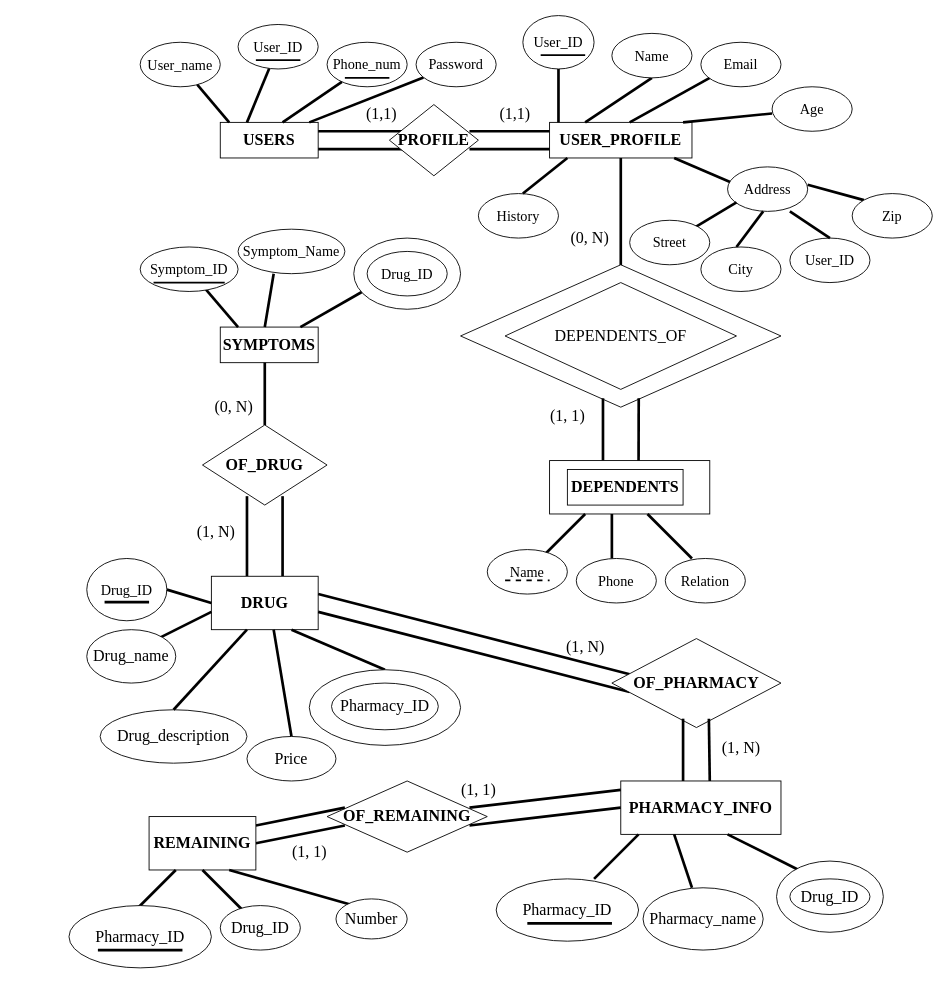
Before: Untitled Diagram.drawio in Dormiveglia-elf/CSC261-Database, a draw.io diagram. Source tidied: cells renumbered, new cells numbered last; positions are measured from the earlier drawing's top-left corner, leaving out a move shared by most shapes. Both pictures are drawn from the tidied source at 89%, with x=0, y=0 at pixel (69, 15).
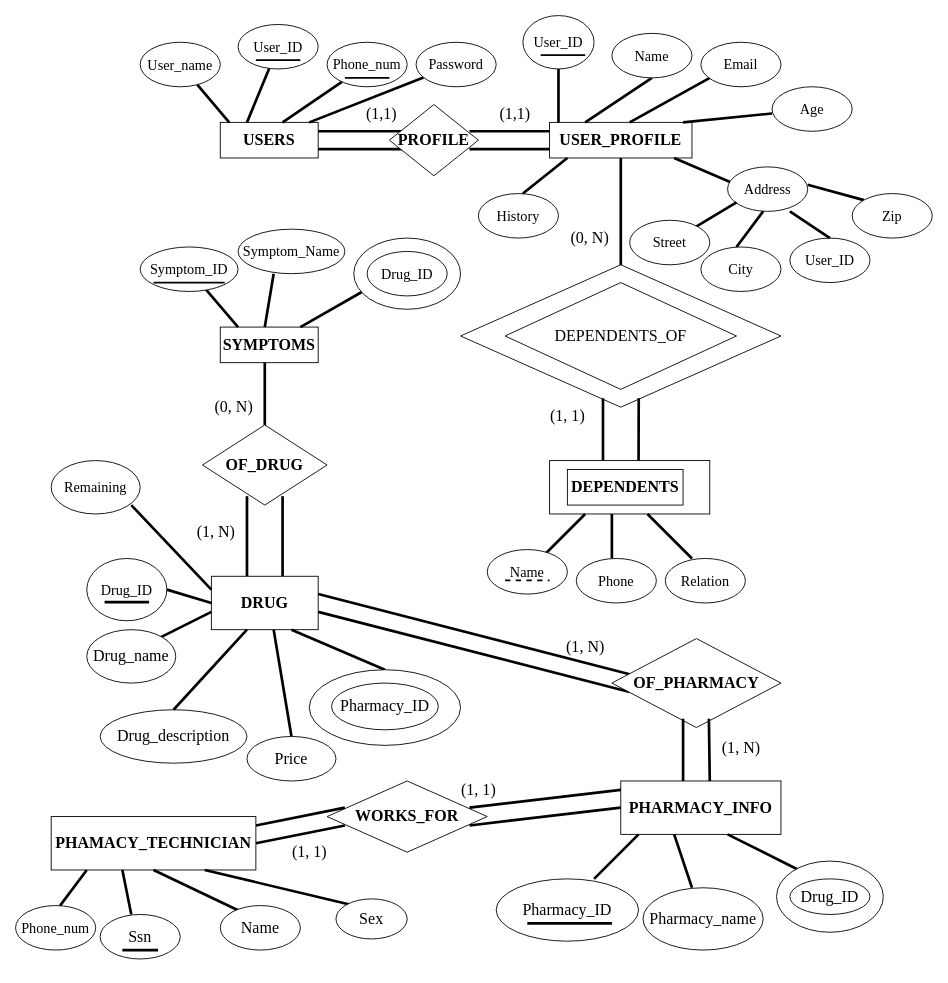
Above is the later version.

The change refers to these unchanged cells:
```xml
<mxCell id="74" value="&lt;h4&gt;DRUG&lt;/h4&gt;" style="rounded=0;whiteSpace=wrap;html=1;fontFamily=Times New Roman;fontSize=18;" parent="1" vertex="1">
  <mxGeometry x="160" y="630" width="120" height="60" as="geometry" />
</mxCell>
```

The edit, as a diff of the source:
```diff
@@
-    <mxCell id="108" value="&lt;h4&gt;OF_REMAINING&lt;/h4&gt;" style="rhombus;whiteSpace=wrap;html=1;fontFamily=Times New Roman;fontSize=18;" parent="1" vertex="1">
+    <mxCell id="108" value="&lt;h4&gt;WORKS_FOR&lt;/h4&gt;" style="rhombus;whiteSpace=wrap;html=1;fontFamily=Times New Roman;fontSize=18;" parent="1" vertex="1">
       <mxGeometry x="290" y="860" width="180" height="80" as="geometry" />
     </mxCell>
@@
-    <mxCell id="112" value="&lt;h4&gt;REMAINING&lt;/h4&gt;" style="rounded=0;whiteSpace=wrap;html=1;fontFamily=Times New Roman;fontSize=18;" parent="1" vertex="1">
-      <mxGeometry x="90" y="900" width="120" height="60" as="geometry" />
+    <mxCell id="112" value="&lt;h4&gt;PHAMACY_TECHNICIAN&lt;/h4&gt;" style="rounded=0;whiteSpace=wrap;html=1;fontFamily=Times New Roman;fontSize=18;" parent="1" vertex="1">
+      <mxGeometry x="-20" y="900" width="230" height="60" as="geometry" />
     </mxCell>
@@
     <mxCell id="114" style="endArrow=none;html=1;rounded=0;strokeWidth=3;fontFamily=Times New Roman;fontSize=18;" parent="1" edge="1">
       <mxGeometry relative="1" as="geometry">
         <mxPoint x="70" y="1010" as="sourcePoint" />
-        <mxPoint x="120" y="960" as="targetPoint" />
+        <mxPoint x="60" y="960" as="targetPoint" />
       </mxGeometry>
     </mxCell>
-    <mxCell id="115" value="Pharmacy_ID" style="ellipse;whiteSpace=wrap;html=1;fontFamily=Times New Roman;fontSize=18;" parent="1" vertex="1">
-      <mxGeometry y="1000" width="160" height="70" as="geometry" />
+    <mxCell id="115" value="Ssn" style="ellipse;whiteSpace=wrap;html=1;fontFamily=Times New Roman;fontSize=18;" parent="1" vertex="1">
+      <mxGeometry x="35" y="1010" width="90" height="50" as="geometry" />
     </mxCell>
-    <mxCell id="116" style="endArrow=none;html=1;rounded=0;strokeWidth=3;fontFamily=Times New Roman;fontSize=18;entryX=0.813;entryY=0.714;entryDx=0;entryDy=0;entryPerimeter=0;" parent="1" edge="1">
+    <mxCell id="116" style="endArrow=none;html=1;rounded=0;strokeWidth=3;fontFamily=Times New Roman;fontSize=18;" parent="1" edge="1">
       <mxGeometry relative="1" as="geometry">
-        <mxPoint x="32.5" y="1050" as="sourcePoint" />
-        <mxPoint x="127.5" y="1050" as="targetPoint" />
+        <mxPoint x="60" y="1050" as="sourcePoint" />
+        <mxPoint x="100" y="1050" as="targetPoint" />
       </mxGeometry>
     </mxCell>
@@
-    <mxCell id="118" value="Drug_ID" style="ellipse;whiteSpace=wrap;html=1;fontFamily=Times New Roman;fontSize=18;" parent="1" vertex="1">
+    <mxCell id="118" value="Name" style="ellipse;whiteSpace=wrap;html=1;fontFamily=Times New Roman;fontSize=18;" parent="1" vertex="1">
       <mxGeometry x="170" y="1000" width="90" height="50" as="geometry" />
     </mxCell>
@@
-    <mxCell id="120" value="Number" style="ellipse;whiteSpace=wrap;html=1;fontFamily=Times New Roman;fontSize=18;" parent="1" vertex="1">
+    <mxCell id="120" value="Sex" style="ellipse;whiteSpace=wrap;html=1;fontFamily=Times New Roman;fontSize=18;" parent="1" vertex="1">
       <mxGeometry x="300" y="992.5" width="80" height="45" as="geometry" />
     </mxCell>
+    <mxCell id="121" style="endArrow=none;html=1;rounded=0;strokeWidth=3;fontFamily=Times New Roman;fontSize=18;entryX=0;entryY=0.25;entryDx=0;entryDy=0;" parent="1" edge="1" target="74">
+      <mxGeometry relative="1" as="geometry">
+        <mxPoint x="70" y="550" as="sourcePoint" />
+      </mxGeometry>
+    </mxCell>
+    <mxCell id="122" value="&lt;font style=&quot;font-size: 13px;&quot;&gt;&lt;font style=&quot;font-size: 14px;&quot;&gt;&lt;font style=&quot;font-size: 15px;&quot;&gt;&lt;font style=&quot;font-size: 16px;&quot;&gt;&lt;font face=&quot;Times New Roman&quot;&gt;Remaining&lt;/font&gt;&lt;/font&gt;&lt;/font&gt;&lt;/font&gt;&lt;/font&gt;" style="ellipse;whiteSpace=wrap;html=1;" parent="1" vertex="1">
+      <mxGeometry x="-20" y="500" width="100" height="60" as="geometry" />
+    </mxCell>
+    <mxCell id="123" style="endArrow=none;html=1;rounded=0;strokeWidth=3;fontFamily=Times New Roman;fontSize=18;" parent="1" edge="1">
+      <mxGeometry relative="1" as="geometry">
+        <mxPoint x="-10" y="1000" as="sourcePoint" />
+        <mxPoint x="20" y="960" as="targetPoint" />
+      </mxGeometry>
+    </mxCell>
+    <mxCell id="124" value="Phone_num" style="ellipse;whiteSpace=wrap;html=1;fontFamily=Times New Roman;fontSize=16;" parent="1" vertex="1">
+      <mxGeometry x="-60" y="1000" width="90" height="50" as="geometry" />
+    </mxCell>
```
